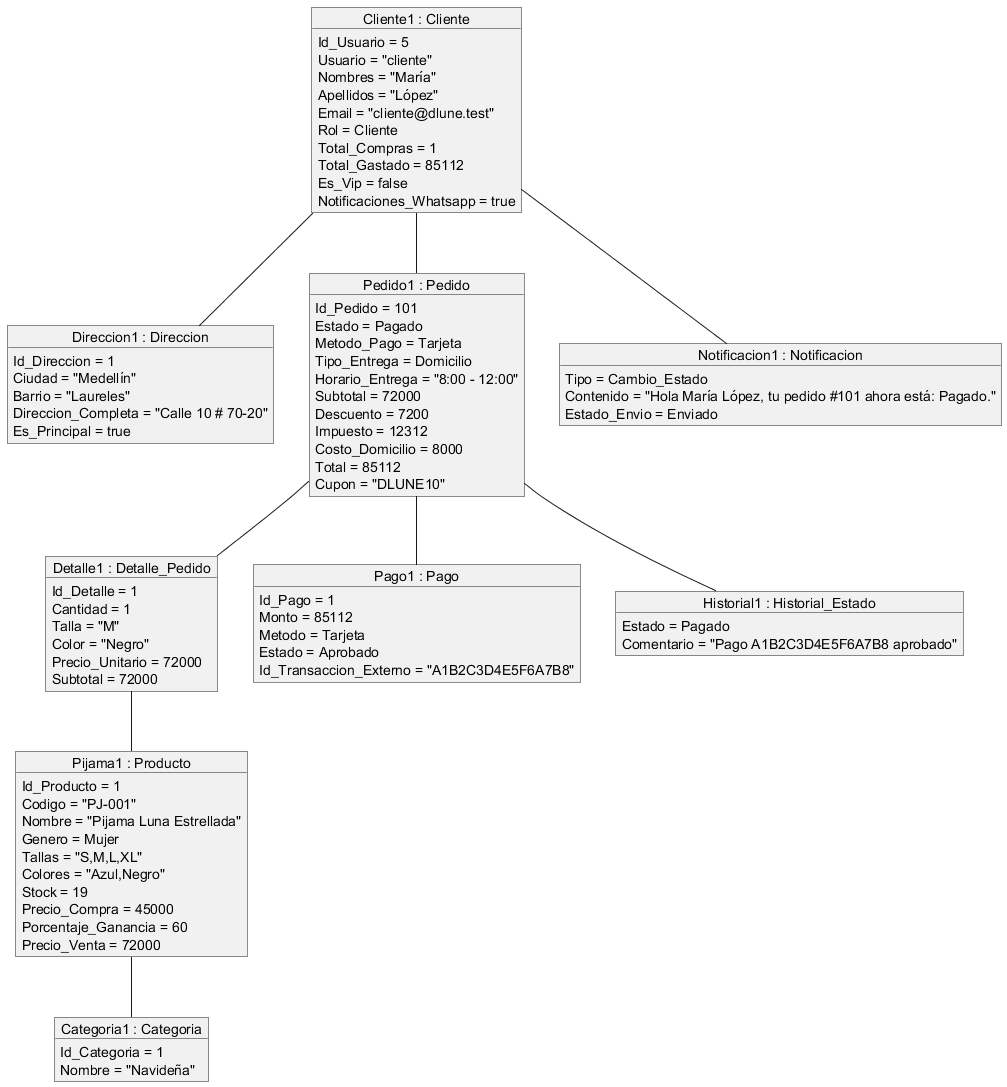
Before: docs/uml/png/Diagrama_De_Objetos_Dlune.png, a diagram exported from PlantUML (santiago203485-blip/Pr_Dlun_e).
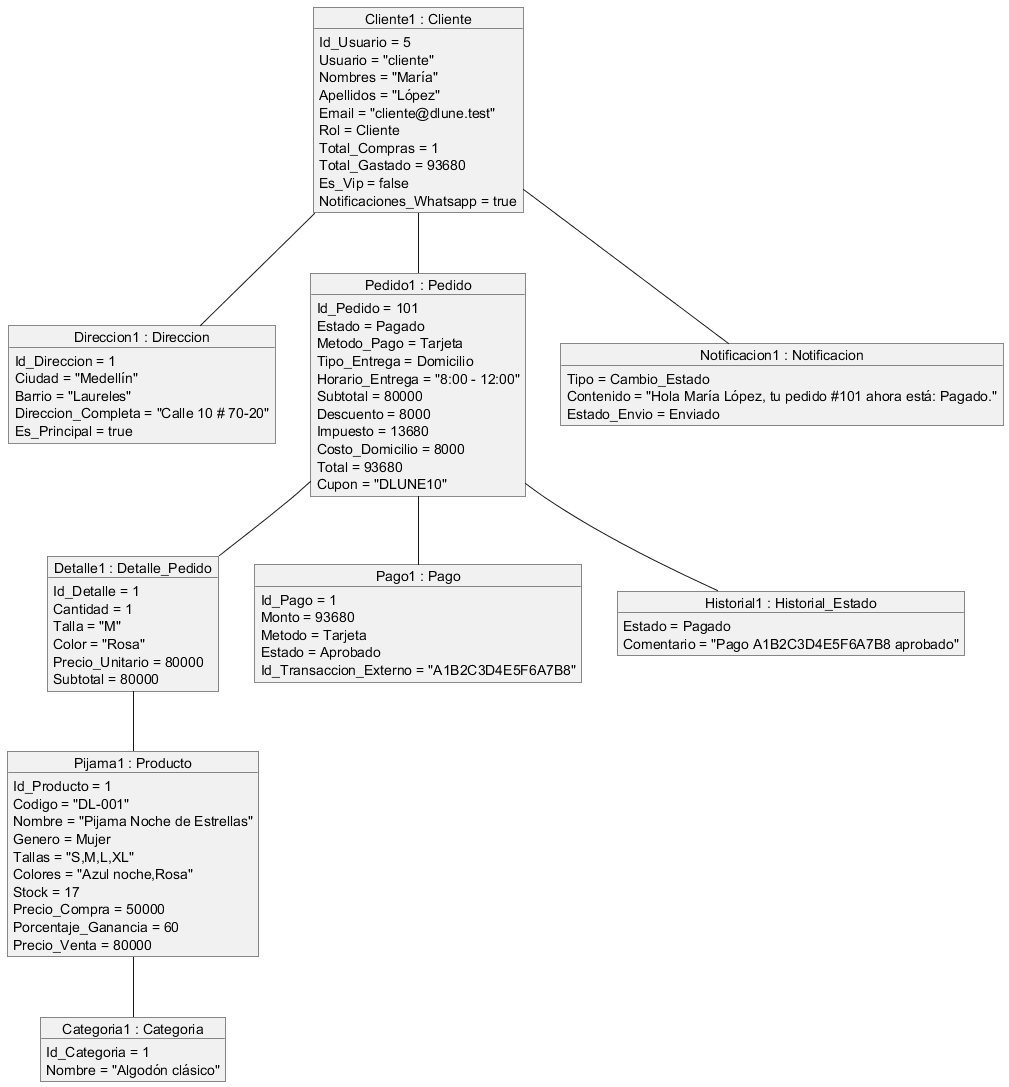
Above is the later version.

Diff of the diagram source:
```diff
@@ -8,27 +8,27 @@
   Email = "cliente@dlune.test"
   Rol = Cliente
   Total_Compras = 1
-  Total_Gastado = 85112
+  Total_Gastado = 93680
   Es_Vip = false
   Notificaciones_Whatsapp = true
 }
 
 object "Categoria1 : Categoria" as Categoria1 {
   Id_Categoria = 1
-  Nombre = "Navideña"
+  Nombre = "Algodón clásico"
 }
 
 object "Pijama1 : Producto" as Pijama1 {
   Id_Producto = 1
-  Codigo = "PJ-001"
-  Nombre = "Pijama Luna Estrellada"
+  Codigo = "DL-001"
+  Nombre = "Pijama Noche de Estrellas"
   Genero = Mujer
   Tallas = "S,M,L,XL"
-  Colores = "Azul,Negro"
-  Stock = 19
-  Precio_Compra = 45000
+  Colores = "Azul noche,Rosa"
+  Stock = 17
+  Precio_Compra = 50000
   Porcentaje_Ganancia = 60
-  Precio_Venta = 72000
+  Precio_Venta = 80000
 }
 
 object "Direccion1 : Direccion" as Direccion1 {
@@ -45,11 +45,11 @@
   Metodo_Pago = Tarjeta
   Tipo_Entrega = Domicilio
   Horario_Entrega = "8:00 - 12:00"
-  Subtotal = 72000
-  Descuento = 7200
-  Impuesto = 12312
+  Subtotal = 80000
+  Descuento = 8000
+  Impuesto = 13680
   Costo_Domicilio = 8000
-  Total = 85112
+  Total = 93680
   Cupon = "DLUNE10"
 }
 
@@ -57,14 +57,14 @@
   Id_Detalle = 1
   Cantidad = 1
   Talla = "M"
-  Color = "Negro"
-  Precio_Unitario = 72000
-  Subtotal = 72000
+  Color = "Rosa"
+  Precio_Unitario = 80000
+  Subtotal = 80000
 }
 
 object "Pago1 : Pago" as Pago1 {
   Id_Pago = 1
-  Monto = 85112
+  Monto = 93680
   Metodo = Tarjeta
   Estado = Aprobado
   Id_Transaccion_Externo = "A1B2C3D4E5F6A7B8"
```
